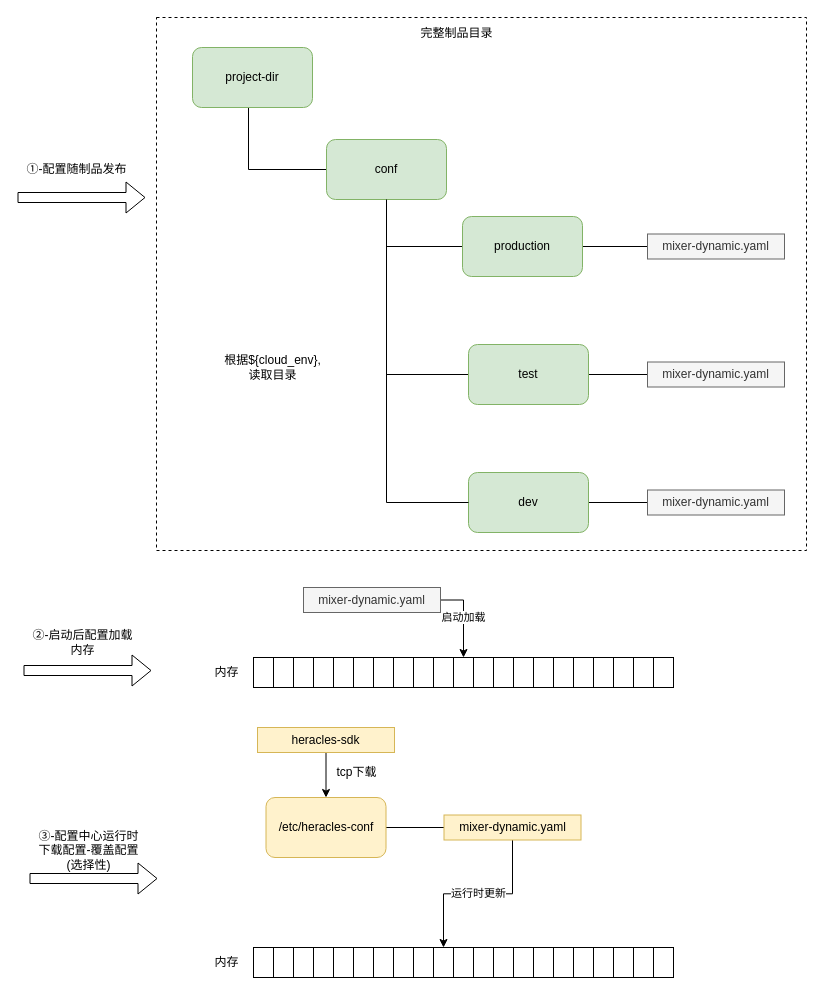
This is universal-engine/配置发布流程.drawio from karlchan-cn/drawio-repository, a draw.io file, before an edit. Source tidied: cells renumbered, new cells numbered last; positions are measured from the earlier drawing's top-left corner, leaving out a move shared by most shapes. Both pictures are drawn from the tidied source at 100%, with x=0, y=0 at pixel (17, 17).
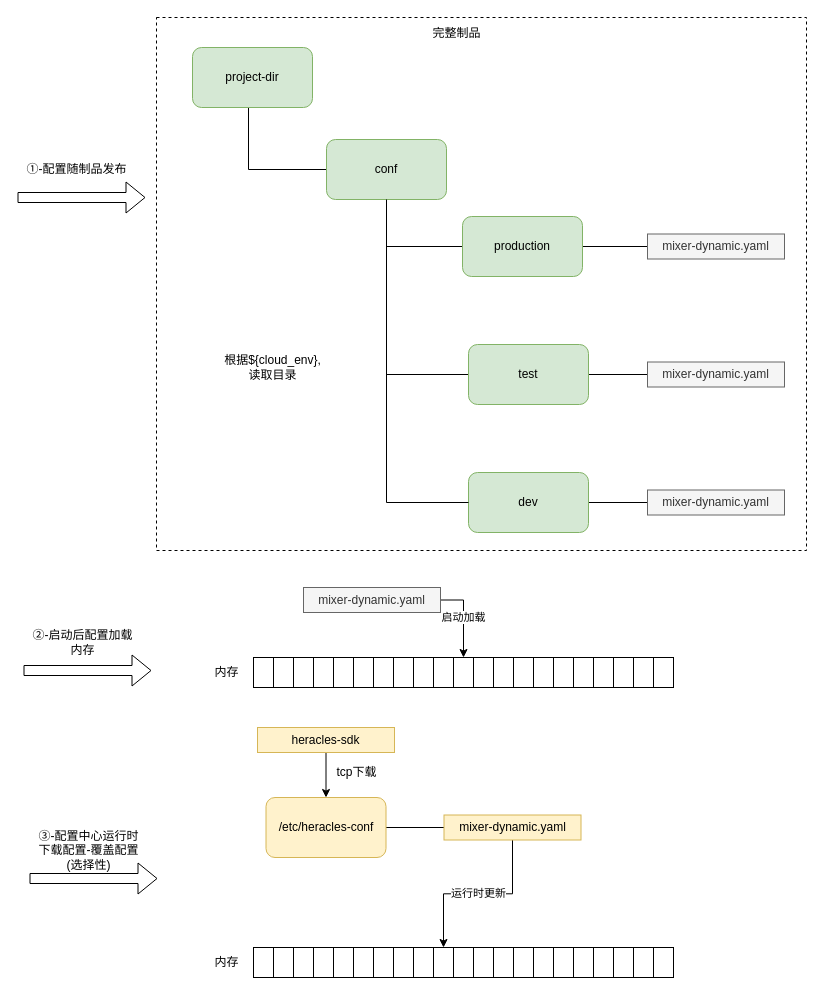
Above is the later version.

Commit message (it also covers changes not shown here):
Update 配置发布流程.drawio

Diff of the diagram source:
```diff
@@
-    <mxCell id="18" value="完整制品目录" style="text;html=1;strokeColor=none;fillColor=none;align=center;verticalAlign=middle;whiteSpace=wrap;rounded=0;dashed=1;" parent="1" vertex="1">
+    <mxCell id="18" value="完整制品" style="text;html=1;strokeColor=none;fillColor=none;align=center;verticalAlign=middle;whiteSpace=wrap;rounded=0;dashed=1;" parent="1" vertex="1">
       <mxGeometry x="326" y="7" width="227" height="18" as="geometry" />
     </mxCell>
```
